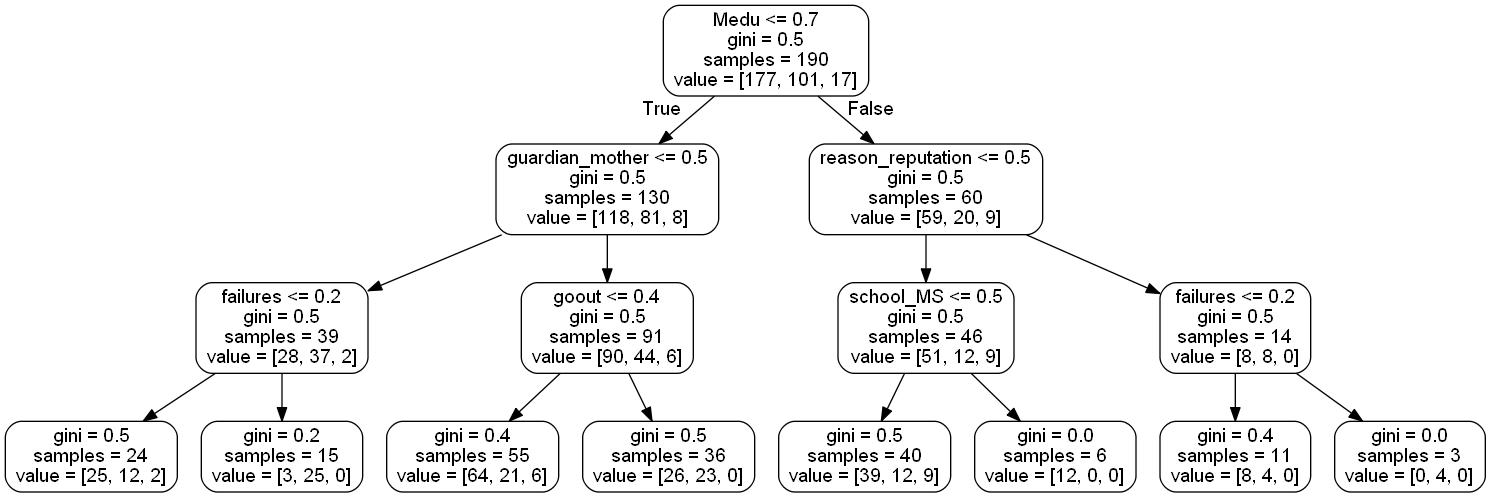
Earlier version of the Graphviz export Assignment_3/tree.png (joaquinmenendez/machine-learning-course). Its source is kept beside it as Assignment_3/tree.dot.
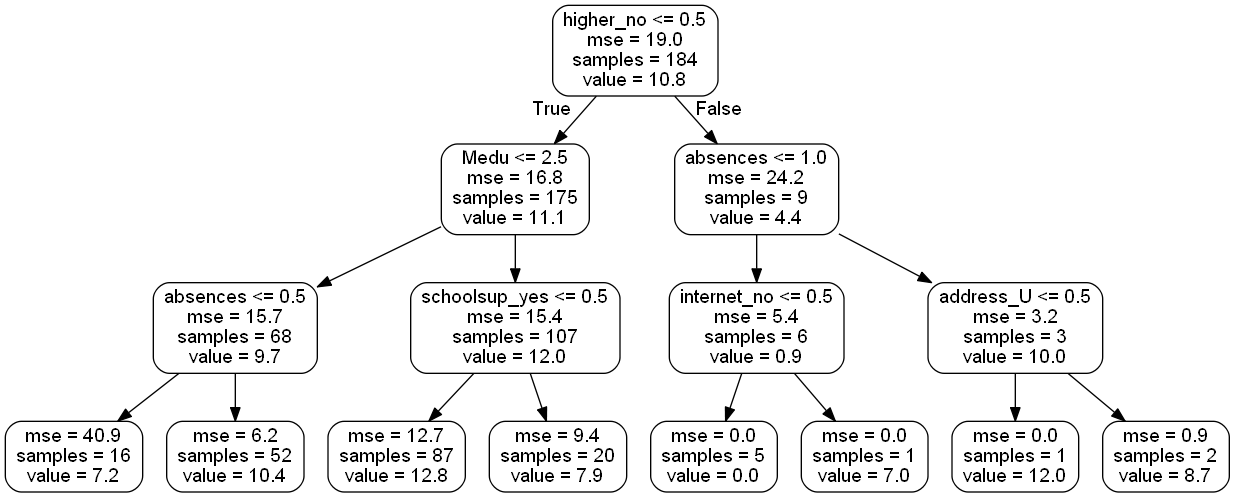
After the change.

Diff of the diagram source:
```diff
@@ -1,33 +1,33 @@
 digraph Tree {
 node [shape=box, style="rounded", color="black", fontname=helvetica] ;
 edge [fontname=helvetica] ;
-0 [label="Medu <= 0.7\ngini = 0.5\nsamples = 190\nvalue = [177, 101, 17]"] ;
-1 [label="guardian_mother <= 0.5\ngini = 0.5\nsamples = 130\nvalue = [118, 81, 8]"] ;
+0 [label="higher_no <= 0.5\nmse = 19.0\nsamples = 184\nvalue = 10.8"] ;
+1 [label="Medu <= 2.5\nmse = 16.8\nsamples = 175\nvalue = 11.1"] ;
 0 -> 1 [labeldistance=2.5, labelangle=45, headlabel="True"] ;
-2 [label="failures <= 0.2\ngini = 0.5\nsamples = 39\nvalue = [28, 37, 2]"] ;
+2 [label="absences <= 0.5\nmse = 15.7\nsamples = 68\nvalue = 9.7"] ;
 1 -> 2 ;
-3 [label="gini = 0.5\nsamples = 24\nvalue = [25, 12, 2]"] ;
+3 [label="mse = 40.9\nsamples = 16\nvalue = 7.2"] ;
 2 -> 3 ;
-4 [label="gini = 0.2\nsamples = 15\nvalue = [3, 25, 0]"] ;
+4 [label="mse = 6.2\nsamples = 52\nvalue = 10.4"] ;
 2 -> 4 ;
-5 [label="goout <= 0.4\ngini = 0.5\nsamples = 91\nvalue = [90, 44, 6]"] ;
+5 [label="schoolsup_yes <= 0.5\nmse = 15.4\nsamples = 107\nvalue = 12.0"] ;
 1 -> 5 ;
-6 [label="gini = 0.4\nsamples = 55\nvalue = [64, 21, 6]"] ;
+6 [label="mse = 12.7\nsamples = 87\nvalue = 12.8"] ;
 5 -> 6 ;
-7 [label="gini = 0.5\nsamples = 36\nvalue = [26, 23, 0]"] ;
+7 [label="mse = 9.4\nsamples = 20\nvalue = 7.9"] ;
 5 -> 7 ;
-8 [label="reason_reputation <= 0.5\ngini = 0.5\nsamples = 60\nvalue = [59, 20, 9]"] ;
+8 [label="absences <= 1.0\nmse = 24.2\nsamples = 9\nvalue = 4.4"] ;
 0 -> 8 [labeldistance=2.5, labelangle=-45, headlabel="False"] ;
-9 [label="school_MS <= 0.5\ngini = 0.5\nsamples = 46\nvalue = [51, 12, 9]"] ;
+9 [label="internet_no <= 0.5\nmse = 5.4\nsamples = 6\nvalue = 0.9"] ;
 8 -> 9 ;
-10 [label="gini = 0.5\nsamples = 40\nvalue = [39, 12, 9]"] ;
+10 [label="mse = 0.0\nsamples = 5\nvalue = 0.0"] ;
 9 -> 10 ;
-11 [label="gini = 0.0\nsamples = 6\nvalue = [12, 0, 0]"] ;
+11 [label="mse = 0.0\nsamples = 1\nvalue = 7.0"] ;
 9 -> 11 ;
-12 [label="failures <= 0.2\ngini = 0.5\nsamples = 14\nvalue = [8, 8, 0]"] ;
+12 [label="address_U <= 0.5\nmse = 3.2\nsamples = 3\nvalue = 10.0"] ;
 8 -> 12 ;
-13 [label="gini = 0.4\nsamples = 11\nvalue = [8, 4, 0]"] ;
+13 [label="mse = 0.0\nsamples = 1\nvalue = 12.0"] ;
 12 -> 13 ;
-14 [label="gini = 0.0\nsamples = 3\nvalue = [0, 4, 0]"] ;
+14 [label="mse = 0.9\nsamples = 2\nvalue = 8.7"] ;
 12 -> 14 ;
 }
```
